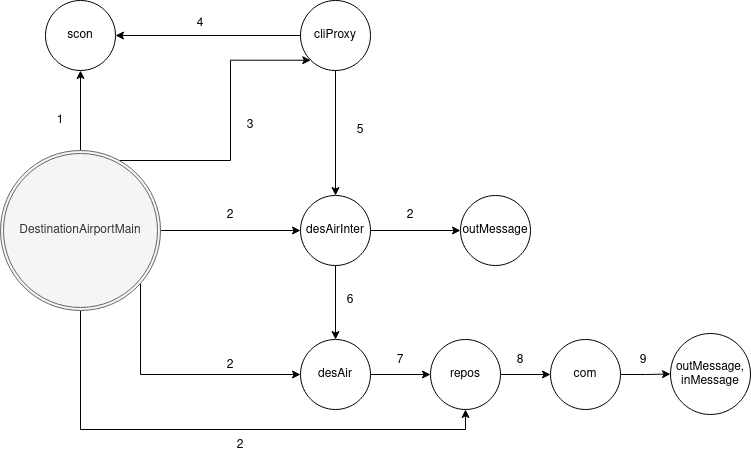
Before: assignment2/diagramas/DestinationAirportDiagram.png, a diagram exported from draw.io (MarianaPinto17/SD). Source tidied: cells renumbered, new cells last; positions are measured from the earlier drawing's top-left corner, leaving out a move shared by most shapes.
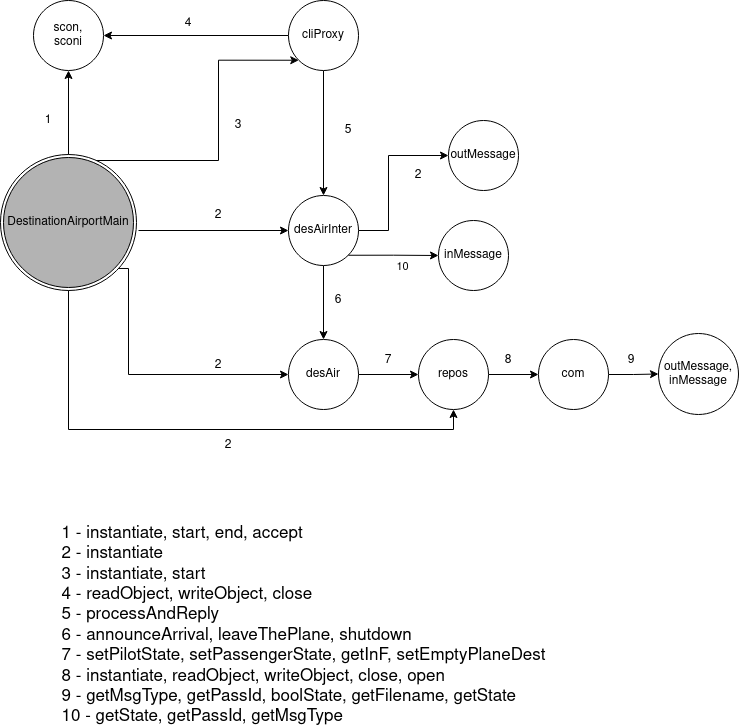
After the commit.

What changed in the source:
```diff
@@ -2,14 +2,15 @@
   <root>
     <mxCell id="0" />
     <mxCell id="1" parent="0" />
-    <mxCell id="2" style="edgeStyle=orthogonalEdgeStyle;rounded=0;jettySize=auto;html=1;entryX=0;entryY=0.5;entryDx=0;entryDy=0;" parent="1" edge="1" source="7" target="17">
+    <mxCell id="2" style="edgeStyle=orthogonalEdgeStyle;rounded=0;jettySize=auto;html=1;entryX=0;entryY=0.5;entryDx=0;entryDy=0;exitX=1;exitY=1;exitDx=0;exitDy=0;" parent="1" edge="1" source="7" target="17">
       <mxGeometry relative="1" as="geometry">
         <Array as="points">
+          <mxPoint x="140" y="268" />
           <mxPoint x="140" y="374" />
         </Array>
       </mxGeometry>
     </mxCell>
-    <mxCell id="3" style="edgeStyle=orthogonalEdgeStyle;rounded=0;jettySize=auto;html=1;entryX=0.5;entryY=1;entryDx=0;entryDy=0;" parent="1" edge="1" source="7" target="8">
+    <mxCell id="3" style="edgeStyle=orthogonalEdgeStyle;rounded=0;jettySize=auto;html=1;entryX=0.5;entryY=1;entryDx=0;entryDy=0;exitX=0.5;exitY=0;exitDx=0;exitDy=0;" parent="1" edge="1" source="7" target="8">
       <mxGeometry relative="1" as="geometry" />
     </mxCell>
     <mxCell id="4" style="edgeStyle=orthogonalEdgeStyle;rounded=0;jettySize=auto;html=1;entryX=0;entryY=1;entryDx=0;entryDy=0;" parent="1" edge="1" source="7" target="11">
@@ -20,10 +21,12 @@
         </Array>
       </mxGeometry>
     </mxCell>
-    <mxCell id="5" style="edgeStyle=orthogonalEdgeStyle;rounded=0;jettySize=auto;html=1;entryX=0;entryY=0.5;entryDx=0;entryDy=0;" parent="1" edge="1" source="7" target="14">
-      <mxGeometry relative="1" as="geometry" />
+    <mxCell id="5" style="edgeStyle=orthogonalEdgeStyle;rounded=0;jettySize=auto;html=1;entryX=0;entryY=0.5;entryDx=0;entryDy=0;" parent="1" edge="1" target="14">
+      <mxGeometry relative="1" as="geometry">
+        <mxPoint x="150" y="230" as="sourcePoint" />
+      </mxGeometry>
     </mxCell>
-    <mxCell id="6" style="edgeStyle=orthogonalEdgeStyle;rounded=0;jettySize=auto;html=1;entryX=0.5;entryY=1;entryDx=0;entryDy=0;" parent="1" edge="1" source="7" target="27">
+    <mxCell id="6" style="edgeStyle=orthogonalEdgeStyle;rounded=0;jettySize=auto;html=1;entryX=0.5;entryY=1;entryDx=0;entryDy=0;exitX=0.5;exitY=1;exitDx=0;exitDy=0;" parent="1" edge="1" source="7" target="27">
       <mxGeometry relative="1" as="geometry">
         <Array as="points">
           <mxPoint x="80" y="429" />
@@ -31,10 +34,7 @@
         </Array>
       </mxGeometry>
     </mxCell>
-    <mxCell id="7" value="DestinationAirportMain" style="ellipse;shape=doubleEllipse;margin=3;whiteSpace=wrap;html=1;align=center;fillColor=#f5f5f5;strokeColor=#666666;fontColor=#333333;" parent="1" vertex="1">
-      <mxGeometry y="150" width="160" height="160" as="geometry" />
-    </mxCell>
-    <mxCell id="8" value="scon" style="ellipse;whiteSpace=wrap;html=1;align=center;" parent="1" vertex="1">
+    <mxCell id="8" value="scon,&lt;br&gt;sconi" style="ellipse;whiteSpace=wrap;html=1;align=center;" parent="1" vertex="1">
       <mxGeometry x="45" width="70" height="70" as="geometry" />
     </mxCell>
     <mxCell id="9" style="edgeStyle=orthogonalEdgeStyle;rounded=0;jettySize=auto;html=1;entryX=1;entryY=0.5;entryDx=0;entryDy=0;" parent="1" edge="1" source="11" target="8">
@@ -50,13 +50,18 @@
       <mxGeometry relative="1" as="geometry" />
     </mxCell>
     <mxCell id="13" style="edgeStyle=orthogonalEdgeStyle;rounded=0;jettySize=auto;html=1;entryX=0;entryY=0.5;entryDx=0;entryDy=0;" parent="1" edge="1" source="14" target="15">
-      <mxGeometry relative="1" as="geometry" />
+      <mxGeometry relative="1" as="geometry">
+        <Array as="points">
+          <mxPoint x="400" y="230" />
+          <mxPoint x="400" y="155" />
+        </Array>
+      </mxGeometry>
     </mxCell>
     <mxCell id="14" value="desAirInter" style="ellipse;whiteSpace=wrap;html=1;align=center;" parent="1" vertex="1">
       <mxGeometry x="300" y="195" width="70" height="70" as="geometry" />
     </mxCell>
     <mxCell id="15" value="outMessage" style="ellipse;whiteSpace=wrap;html=1;align=center;" parent="1" vertex="1">
-      <mxGeometry x="460" y="195" width="70" height="70" as="geometry" />
+      <mxGeometry x="460" y="120" width="70" height="70" as="geometry" />
     </mxCell>
     <mxCell id="16" style="edgeStyle=orthogonalEdgeStyle;rounded=0;jettySize=auto;html=1;entryX=0;entryY=0.5;entryDx=0;entryDy=0;" parent="1" edge="1" source="17" target="27">
       <mxGeometry relative="1" as="geometry" />
@@ -80,7 +85,7 @@
       <mxGeometry x="210" y="200" width="40" height="30" as="geometry" />
     </mxCell>
     <mxCell id="23" value="2" style="text;html=1;strokeColor=none;fillColor=none;align=center;verticalAlign=middle;whiteSpace=wrap;rounded=0;" parent="1" vertex="1">
-      <mxGeometry x="390" y="200" width="40" height="30" as="geometry" />
+      <mxGeometry x="410" y="160" width="40" height="30" as="geometry" />
     </mxCell>
     <mxCell id="24" value="2" style="text;html=1;strokeColor=none;fillColor=none;align=center;verticalAlign=middle;whiteSpace=wrap;rounded=0;" parent="1" vertex="1">
       <mxGeometry x="210" y="350" width="40" height="30" as="geometry" />
@@ -115,5 +120,30 @@
     <mxCell id="34" value="9" style="text;html=1;strokeColor=none;fillColor=none;align=center;verticalAlign=middle;whiteSpace=wrap;rounded=0;" parent="1" vertex="1">
       <mxGeometry x="623" y="350" width="40" height="20" as="geometry" />
     </mxCell>
+    <mxCell id="35" style="group;" parent="1" vertex="1">
+      <mxGeometry x="12" y="154" width="136" height="136" as="geometry" />
+    </mxCell>
+    <mxCell id="36" style="ellipse;whiteSpace=wrap;html=1;align=center;" parent="35" vertex="1">
+      <mxGeometry width="136" height="136" as="geometry" />
+    </mxCell>
+    <mxCell id="7" value="DestinationAirportMain" style="ellipse;whiteSpace=wrap;html=1;align=center;strokeColor=#000000;fillColor=#B3B3B3;" parent="35" vertex="1">
+      <mxGeometry x="3" y="3" width="130" height="130" as="geometry" />
+    </mxCell>
+    <mxCell id="37" value="&lt;div style=&quot;font-size: 17px&quot; align=&quot;left&quot;&gt;&lt;font style=&quot;font-size: 17px&quot;&gt;1 - instantiate, start, end, accept&lt;/font&gt;&lt;/div&gt;&lt;div style=&quot;font-size: 17px&quot; align=&quot;left&quot;&gt;&lt;font style=&quot;font-size: 17px&quot;&gt;2 - instantiate&lt;/font&gt;&lt;/div&gt;&lt;div style=&quot;font-size: 17px&quot; align=&quot;left&quot;&gt;&lt;font style=&quot;font-size: 17px&quot;&gt;3 - instantiate, start&lt;/font&gt;&lt;/div&gt;&lt;div style=&quot;font-size: 17px&quot; align=&quot;left&quot;&gt;&lt;font style=&quot;font-size: 17px&quot;&gt;4 - readObject, writeObject, close&lt;/font&gt;&lt;/div&gt;&lt;div style=&quot;font-size: 17px&quot; align=&quot;left&quot;&gt;&lt;font style=&quot;font-size: 17px&quot;&gt;5 - processAndReply&lt;/font&gt;&lt;/div&gt;&lt;div style=&quot;font-size: 17px&quot; align=&quot;left&quot;&gt;&lt;font style=&quot;font-size: 17px&quot;&gt;6 - announceArrival, leaveThePlane, shutdown&lt;br&gt;&lt;/font&gt;&lt;/div&gt;&lt;div style=&quot;font-size: 17px&quot; align=&quot;left&quot;&gt;&lt;font style=&quot;font-size: 17px&quot;&gt;7 - setPilotState, setPassengerState, getInF, setEmptyPlaneDest&lt;br&gt;&lt;/font&gt;&lt;/div&gt;&lt;div style=&quot;font-size: 17px&quot; align=&quot;left&quot;&gt;&lt;font style=&quot;font-size: 17px&quot;&gt;8 - instantiate, readObject, writeObject, close, open&lt;br&gt;&lt;/font&gt;&lt;/div&gt;&lt;div style=&quot;font-size: 17px&quot; align=&quot;left&quot;&gt;&lt;font style=&quot;font-size: 17px&quot;&gt;9 - getMsgType, getPassId, boolState, getFilename, getState&lt;/font&gt;&lt;/div&gt;&lt;div style=&quot;font-size: 17px&quot; align=&quot;left&quot;&gt;&lt;font style=&quot;font-size: 17px&quot;&gt;10 - getState, getPassId, getMsgType&lt;br&gt;&lt;/font&gt;&lt;/div&gt;" style="text;html=1;align=center;verticalAlign=middle;strokeColor=none;" parent="1" vertex="1">
+      <mxGeometry x="65" y="550" width="500" height="150" as="geometry" />
+    </mxCell>
+    <mxCell id="38" style="edgeStyle=orthogonalEdgeStyle;rounded=0;jettySize=auto;html=1;exitX=1;exitY=1;exitDx=0;exitDy=0;" parent="1" edge="1" target="40">
+      <mxGeometry relative="1" as="geometry">
+        <mxPoint x="359.7" y="254.7" as="sourcePoint" />
+      </mxGeometry>
+    </mxCell>
+    <mxCell id="39" value="10" style="edgeLabel;html=1;align=center;verticalAlign=middle;" parent="38" vertex="1">
+      <mxGeometry x="0.34" y="2" relative="1" as="geometry">
+        <mxPoint x="-7" y="12" as="offset" />
+      </mxGeometry>
+    </mxCell>
+    <mxCell id="40" value="inMessage" style="ellipse;whiteSpace=wrap;html=1;align=center;" parent="1" vertex="1">
+      <mxGeometry x="450" y="220" width="70" height="70" as="geometry" />
+    </mxCell>
   </root>
 </mxGraphModel>
```
